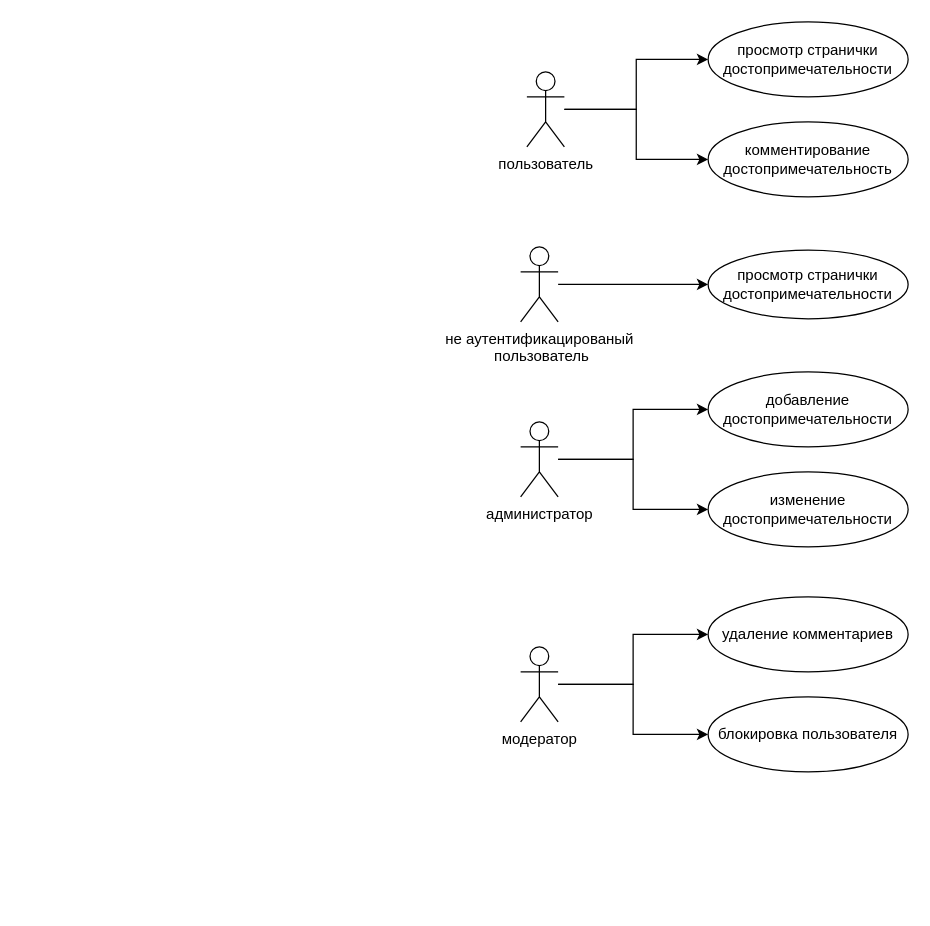
Above: Диаграммы Вариантов использования..drawio in RinaBoni/software-development-technologies-7 (draw.io), before the change. Source tidied: cells renumbered, new cells numbered last; positions are measured from the earlier drawing's top-left corner, leaving out a move shared by most shapes. Both pictures are drawn from the tidied source at 125%, with x=0, y=0 at pixel (520, 21).
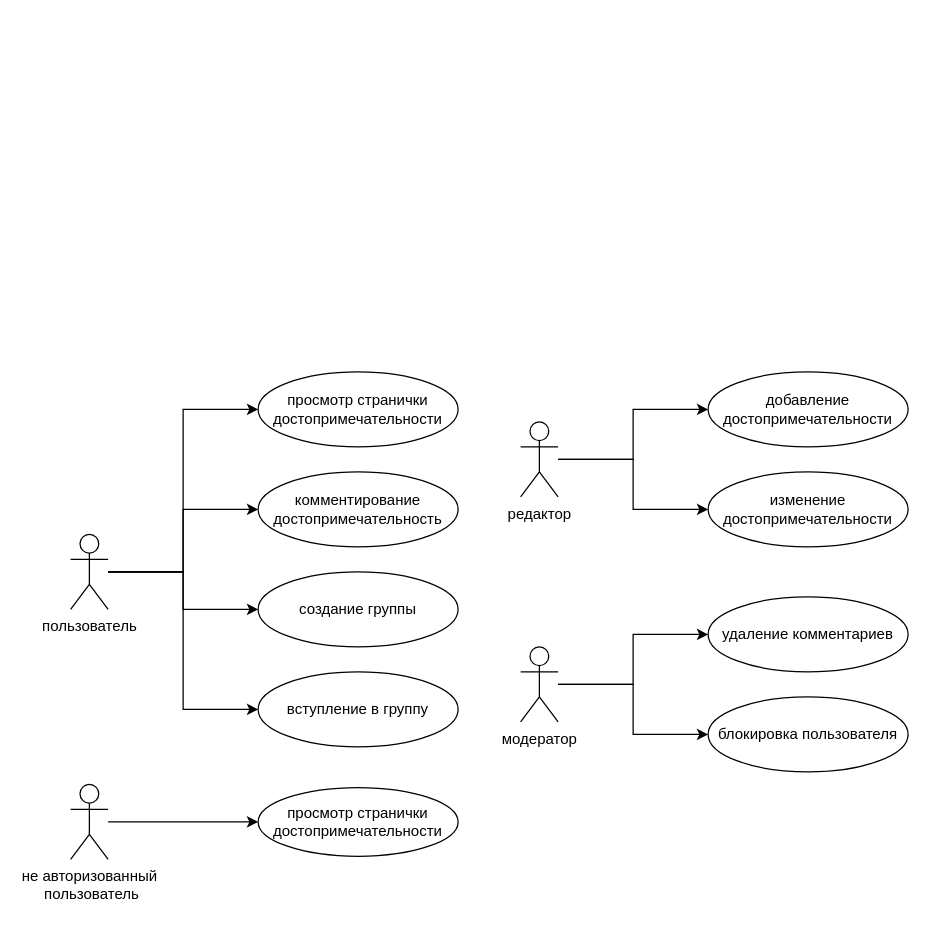
The same diagram, later.

Diff of the diagram source:
```diff
@@
     <mxCell id="2" style="edgeStyle=orthogonalEdgeStyle;rounded=0;html=1;dashed=1;labelBackgroundColor=none;startFill=0;endArrow=open;endFill=0;endSize=10;fontFamily=Verdana;fontSize=10;" parent="1" edge="1">
       <mxGeometry relative="1" as="geometry">
-        <mxPoint x="510" y="823" as="targetPoint" />
+        <mxPoint x="150" y="1103" as="targetPoint" />
         <Array as="points">
-          <mxPoint x="510" y="721" />
+          <mxPoint x="150" y="1001" />
         </Array>
       </mxGeometry>
     </mxCell>
     <mxCell id="3" style="edgeStyle=orthogonalEdgeStyle;rounded=0;html=1;dashed=1;labelBackgroundColor=none;startFill=0;endArrow=open;endFill=0;endSize=10;fontFamily=Verdana;fontSize=10;" parent="1" edge="1">
       <mxGeometry relative="1" as="geometry">
-        <mxPoint x="650" y="814" as="sourcePoint" />
+        <mxPoint x="290" y="1094" as="sourcePoint" />
       </mxGeometry>
     </mxCell>
     <mxCell id="4" style="edgeStyle=orthogonalEdgeStyle;rounded=0;html=1;dashed=1;labelBackgroundColor=none;startFill=0;endArrow=open;endFill=0;endSize=10;fontFamily=Verdana;fontSize=10;" parent="1" edge="1">
       <mxGeometry relative="1" as="geometry">
-        <mxPoint x="650" y="948" as="sourcePoint" />
+        <mxPoint x="290" y="1228" as="sourcePoint" />
       </mxGeometry>
     </mxCell>
     <mxCell id="5" style="edgeStyle=orthogonalEdgeStyle;rounded=0;html=1;dashed=1;labelBackgroundColor=none;startFill=0;endArrow=open;endFill=0;endSize=10;fontFamily=Verdana;fontSize=10;" parent="1" edge="1">
       <mxGeometry relative="1" as="geometry">
-        <mxPoint x="650" y="603" as="sourcePoint" />
+        <mxPoint x="290" y="883" as="sourcePoint" />
       </mxGeometry>
     </mxCell>
     <mxCell id="6" style="edgeStyle=orthogonalEdgeStyle;rounded=0;html=1;dashed=1;labelBackgroundColor=none;startFill=0;endArrow=open;endFill=0;endSize=10;fontFamily=Verdana;fontSize=10;" parent="1" edge="1">
       <mxGeometry relative="1" as="geometry">
-        <mxPoint x="465" y="963" as="sourcePoint" />
+        <mxPoint x="105" y="1243" as="sourcePoint" />
         <Array as="points">
-          <mxPoint x="465" y="970" />
-          <mxPoint x="465" y="970" />
+          <mxPoint x="105" y="1250" />
+          <mxPoint x="105" y="1250" />
         </Array>
       </mxGeometry>
     </mxCell>
     <mxCell id="7" style="edgeStyle=orthogonalEdgeStyle;rounded=0;html=1;dashed=1;labelBackgroundColor=none;startFill=0;endArrow=open;endFill=0;endSize=10;fontFamily=Verdana;fontSize=10;" parent="1" edge="1">
       <mxGeometry relative="1" as="geometry">
-        <mxPoint x="410" y="520" as="targetPoint" />
+        <mxPoint x="50" y="800" as="targetPoint" />
         <Array as="points">
-          <mxPoint x="470" y="520" />
+          <mxPoint x="110" y="800" />
         </Array>
       </mxGeometry>
     </mxCell>
     <mxCell id="8" style="edgeStyle=orthogonalEdgeStyle;rounded=0;html=1;dashed=1;labelBackgroundColor=none;startFill=0;endArrow=open;endFill=0;endSize=10;fontFamily=Verdana;fontSize=10;" parent="1" edge="1">
       <mxGeometry relative="1" as="geometry">
-        <mxPoint x="300" y="1029" as="sourcePoint" />
+        <mxPoint x="-60" y="1309" as="sourcePoint" />
         <Array as="points">
-          <mxPoint x="330" y="1029" />
-          <mxPoint x="330" y="1029" />
+          <mxPoint x="-30" y="1309" />
+          <mxPoint x="-30" y="1309" />
         </Array>
       </mxGeometry>
     </mxCell>
     <mxCell id="9" style="edgeStyle=orthogonalEdgeStyle;rounded=0;html=1;labelBackgroundColor=none;startFill=0;endArrow=open;endFill=0;endSize=10;fontFamily=Verdana;fontSize=10;dashed=1;" parent="1" edge="1">
       <mxGeometry relative="1" as="geometry">
-        <mxPoint x="170" y="157" as="sourcePoint" />
+        <mxPoint x="-190" y="437" as="sourcePoint" />
       </mxGeometry>
     </mxCell>
     <mxCell id="10" style="edgeStyle=orthogonalEdgeStyle;rounded=0;html=1;exitX=1;exitY=0.75;dashed=1;labelBackgroundColor=none;startFill=0;endArrow=open;endFill=0;endSize=10;fontFamily=Verdana;fontSize=10;" parent="1" edge="1">
       <mxGeometry relative="1" as="geometry">
-        <mxPoint x="170" y="192" as="sourcePoint" />
+        <mxPoint x="-190" y="472" as="sourcePoint" />
         <Array as="points">
-          <mxPoint x="450" y="192" />
-          <mxPoint x="450" y="142" />
+          <mxPoint x="90" y="472" />
+          <mxPoint x="90" y="422" />
         </Array>
       </mxGeometry>
     </mxCell>
     <mxCell id="11" style="edgeStyle=orthogonalEdgeStyle;rounded=0;html=1;exitX=1;exitY=0.75;dashed=1;labelBackgroundColor=none;startFill=0;endArrow=open;endFill=0;endSize=10;fontFamily=Verdana;fontSize=10;" parent="1" edge="1">
       <mxGeometry relative="1" as="geometry">
-        <mxPoint x="170" y="375" as="sourcePoint" />
+        <mxPoint x="-190" y="655" as="sourcePoint" />
         <Array as="points">
-          <mxPoint x="240" y="375" />
-          <mxPoint x="240" y="440" />
+          <mxPoint x="-120" y="655" />
+          <mxPoint x="-120" y="720" />
         </Array>
       </mxGeometry>
     </mxCell>
     <mxCell id="12" style="edgeStyle=orthogonalEdgeStyle;rounded=0;html=1;dashed=1;labelBackgroundColor=none;startFill=0;endArrow=open;endFill=0;endSize=10;fontFamily=Verdana;fontSize=10;" parent="1" edge="1">
       <mxGeometry relative="1" as="geometry">
-        <mxPoint x="170" y="490" as="sourcePoint" />
+        <mxPoint x="-190" y="770" as="sourcePoint" />
         <Array as="points">
-          <mxPoint x="240" y="490" />
-          <mxPoint x="240" y="460" />
+          <mxPoint x="-120" y="770" />
+          <mxPoint x="-120" y="740" />
         </Array>
       </mxGeometry>
     </mxCell>
     <mxCell id="13" style="edgeStyle=orthogonalEdgeStyle;rounded=0;html=1;dashed=1;labelBackgroundColor=none;startFill=0;endArrow=open;endFill=0;endSize=10;fontFamily=Verdana;fontSize=10;" parent="1" edge="1">
       <mxGeometry relative="1" as="geometry">
-        <mxPoint x="170" y="520" as="sourcePoint" />
+        <mxPoint x="-190" y="800" as="sourcePoint" />
       </mxGeometry>
     </mxCell>
     <mxCell id="14" style="edgeStyle=orthogonalEdgeStyle;rounded=0;html=1;dashed=1;labelBackgroundColor=none;startFill=0;endArrow=open;endFill=0;endSize=10;fontFamily=Verdana;fontSize=10;" parent="1" edge="1">
       <mxGeometry relative="1" as="geometry">
-        <mxPoint x="170" y="580" as="sourcePoint" />
+        <mxPoint x="-190" y="860" as="sourcePoint" />
         <Array as="points">
-          <mxPoint x="220" y="580" />
-          <mxPoint x="220" y="642" />
+          <mxPoint x="-140" y="860" />
+          <mxPoint x="-140" y="922" />
         </Array>
       </mxGeometry>
     </mxCell>
     <mxCell id="15" style="edgeStyle=orthogonalEdgeStyle;rounded=0;html=1;dashed=1;labelBackgroundColor=none;startFill=0;endArrow=open;endFill=0;endSize=10;fontFamily=Verdana;fontSize=10;" parent="1" edge="1">
       <mxGeometry relative="1" as="geometry">
-        <mxPoint x="170" y="560" as="sourcePoint" />
+        <mxPoint x="-190" y="840" as="sourcePoint" />
         <Array as="points">
-          <mxPoint x="270" y="560" />
-          <mxPoint x="270" y="560" />
+          <mxPoint x="-90" y="840" />
+          <mxPoint x="-90" y="840" />
         </Array>
       </mxGeometry>
     </mxCell>
     <mxCell id="16" style="edgeStyle=orthogonalEdgeStyle;rounded=0;html=1;dashed=1;labelBackgroundColor=none;startFill=0;endArrow=open;endFill=0;endSize=10;fontFamily=Verdana;fontSize=10;" parent="1" edge="1">
       <mxGeometry relative="1" as="geometry">
-        <mxPoint x="90" y="590" as="sourcePoint" />
+        <mxPoint x="-270" y="870" as="sourcePoint" />
         <Array as="points">
-          <mxPoint x="90" y="780" />
+          <mxPoint x="-270" y="1060" />
         </Array>
       </mxGeometry>
     </mxCell>
     <mxCell id="17" style="edgeStyle=orthogonalEdgeStyle;rounded=0;html=1;dashed=1;labelBackgroundColor=none;startFill=0;endArrow=open;endFill=0;endSize=10;fontFamily=Verdana;fontSize=10;" parent="1" edge="1">
       <mxGeometry relative="1" as="geometry">
-        <mxPoint x="60" y="590" as="sourcePoint" />
+        <mxPoint x="-300" y="870" as="sourcePoint" />
         <Array as="points">
-          <mxPoint x="60" y="978" />
+          <mxPoint x="-300" y="1258" />
         </Array>
       </mxGeometry>
     </mxCell>
     <mxCell id="18" style="edgeStyle=orthogonalEdgeStyle;rounded=0;html=1;dashed=1;labelBackgroundColor=none;startFill=0;endArrow=open;endFill=0;endSize=10;fontFamily=Verdana;fontSize=10;" parent="1" edge="1">
       <mxGeometry relative="1" as="geometry">
-        <mxPoint x="570" y="590" as="sourcePoint" />
+        <mxPoint x="210" y="870" as="sourcePoint" />
         <Array as="points">
-          <mxPoint x="490" y="590" />
+          <mxPoint x="130" y="870" />
         </Array>
       </mxGeometry>
     </mxCell>
@@
+    <mxCell id="37" style="edgeStyle=orthogonalEdgeStyle;rounded=0;jettySize=auto;html=1;entryX=0;entryY=0.5;entryDx=0;entryDy=0;" parent="1" edge="1" source="21" target="39">
+      <mxGeometry relative="1" as="geometry" />
+    </mxCell>
+    <mxCell id="38" style="edgeStyle=orthogonalEdgeStyle;rounded=0;jettySize=auto;html=1;entryX=0;entryY=0.5;entryDx=0;entryDy=0;" parent="1" edge="1" source="21" target="40">
+      <mxGeometry relative="1" as="geometry" />
+    </mxCell>
     <mxCell id="21" value="пользователь&lt;br&gt;" style="shape=umlActor;verticalLabelPosition=bottom;verticalAlign=top;html=1;outlineConnect=0;" parent="1" vertex="1">
-      <mxGeometry x="5" y="40" width="30" height="60" as="geometry" />
+      <mxGeometry x="-360" y="410" width="30" height="60" as="geometry" />
     </mxCell>
@@
-    <mxCell id="24" value="администратор" style="shape=umlActor;verticalLabelPosition=bottom;verticalAlign=top;html=1;outlineConnect=0;" parent="1" vertex="1">
+    <mxCell id="24" value="редактор" style="shape=umlActor;verticalLabelPosition=bottom;verticalAlign=top;html=1;outlineConnect=0;" parent="1" vertex="1">
       <mxGeometry y="320" width="30" height="60" as="geometry" />
     </mxCell>
@@
-    <mxCell id="29" value="не аутентификацированый&lt;br&gt;&amp;nbsp;пользователь" style="shape=umlActor;verticalLabelPosition=bottom;verticalAlign=top;html=1;outlineConnect=0;" parent="1" vertex="1">
-      <mxGeometry y="180" width="30" height="60" as="geometry" />
+    <mxCell id="29" value="не авторизованный&lt;br&gt;&amp;nbsp;пользователь" style="shape=umlActor;verticalLabelPosition=bottom;verticalAlign=top;html=1;outlineConnect=0;" parent="1" vertex="1">
+      <mxGeometry x="-360" y="610" width="30" height="60" as="geometry" />
     </mxCell>
     <mxCell id="30" value="просмотр странички достопримечательности" style="ellipse;whiteSpace=wrap;html=1;" parent="1" vertex="1">
-      <mxGeometry x="150" width="160" height="60" as="geometry" />
+      <mxGeometry x="-210" y="280" width="160" height="60" as="geometry" />
     </mxCell>
     <mxCell id="31" value="комментирование достопримечательность" style="ellipse;whiteSpace=wrap;html=1;" parent="1" vertex="1">
-      <mxGeometry x="150" y="80" width="160" height="60" as="geometry" />
+      <mxGeometry x="-210" y="360" width="160" height="60" as="geometry" />
     </mxCell>
@@
     <mxCell id="36" value="просмотр странички достопримечательности" style="ellipse;whiteSpace=wrap;html=1;" parent="1" vertex="1">
-      <mxGeometry x="150" y="182.5" width="160" height="55" as="geometry" />
+      <mxGeometry x="-210" y="612.5" width="160" height="55" as="geometry" />
     </mxCell>
+    <mxCell id="39" value="создание группы" style="ellipse;whiteSpace=wrap;html=1;" parent="1" vertex="1">
+      <mxGeometry x="-210" y="440" width="160" height="60" as="geometry" />
+    </mxCell>
+    <mxCell id="40" value="вступление в группу" style="ellipse;whiteSpace=wrap;html=1;" parent="1" vertex="1">
+      <mxGeometry x="-210" y="520" width="160" height="60" as="geometry" />
+    </mxCell>
```
